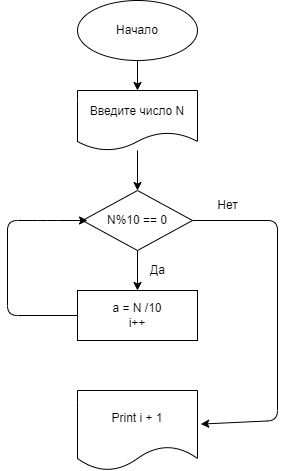
Earlier version of the draw.io export Example_002/diagram.drawio.png (GnezdilovaVO/Seminar3.3). Source tidied: cells renumbered, new cells last; positions are measured from the earlier drawing's top-left corner, leaving out a move shared by most shapes. The source it was exported from:
```xml
<mxGraphModel>
  <root>
    <mxCell id="0" />
    <mxCell id="1" parent="0" />
    <mxCell id="2" style="edgeStyle=none;html=1;" parent="1" edge="1" source="3" target="5">
      <mxGeometry relative="1" as="geometry" />
    </mxCell>
    <mxCell id="3" value="Начало" style="ellipse;whiteSpace=wrap;html=1;" parent="1" vertex="1">
      <mxGeometry x="70" width="120" height="60" as="geometry" />
    </mxCell>
    <mxCell id="4" style="edgeStyle=none;html=1;" parent="1" edge="1" source="5" target="8">
      <mxGeometry relative="1" as="geometry" />
    </mxCell>
    <mxCell id="5" value="Введите число N" style="shape=document;whiteSpace=wrap;html=1;boundedLbl=1;" parent="1" vertex="1">
      <mxGeometry x="70" y="90" width="120" height="60" as="geometry" />
    </mxCell>
    <mxCell id="6" style="edgeStyle=none;html=1;" parent="1" edge="1" source="8" target="10">
      <mxGeometry relative="1" as="geometry" />
    </mxCell>
    <mxCell id="7" style="edgeStyle=none;html=1;entryX=1.027;entryY=0.42;entryDx=0;entryDy=0;entryPerimeter=0;" parent="1" edge="1" source="8" target="12">
      <mxGeometry relative="1" as="geometry">
        <Array as="points">
          <mxPoint x="270" y="220" />
          <mxPoint x="270" y="420" />
        </Array>
      </mxGeometry>
    </mxCell>
    <mxCell id="8" value="N%10 == 0" style="rhombus;whiteSpace=wrap;html=1;" parent="1" vertex="1">
      <mxGeometry x="75" y="190" width="110" height="60" as="geometry" />
    </mxCell>
    <mxCell id="9" style="edgeStyle=none;html=1;" parent="1" edge="1" source="10">
      <mxGeometry relative="1" as="geometry">
        <mxPoint x="80" y="220" as="targetPoint" />
        <Array as="points">
          <mxPoint y="315" />
          <mxPoint y="220" />
          <mxPoint x="40" y="220" />
        </Array>
      </mxGeometry>
    </mxCell>
    <mxCell id="10" value="a = N /10&lt;br&gt;i++" style="rounded=0;whiteSpace=wrap;html=1;" parent="1" vertex="1">
      <mxGeometry x="70" y="290" width="120" height="50" as="geometry" />
    </mxCell>
    <mxCell id="11" value="Да" style="text;html=1;align=center;verticalAlign=middle;strokeColor=none;fillColor=none;" parent="1" vertex="1">
      <mxGeometry x="130" y="255" width="40" height="30" as="geometry" />
    </mxCell>
    <mxCell id="12" value="Print i + 1" style="shape=document;whiteSpace=wrap;html=1;boundedLbl=1;" parent="1" vertex="1">
      <mxGeometry x="70" y="390" width="120" height="80" as="geometry" />
    </mxCell>
    <mxCell id="13" value="Нет" style="text;html=1;align=center;verticalAlign=middle;strokeColor=none;fillColor=none;" parent="1" vertex="1">
      <mxGeometry x="200" y="190" width="40" height="30" as="geometry" />
    </mxCell>
  </root>
</mxGraphModel>
```
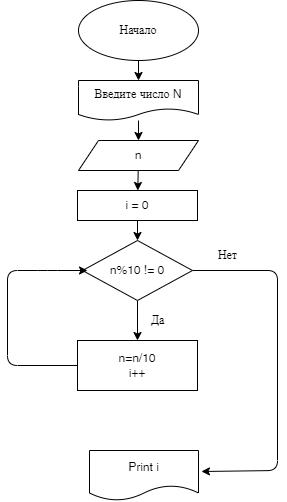
The same diagram one commit later.

Commit message:
Изменил диаграмму и написал код

The edit, as a diff of the source:
```diff
@@ -6,13 +6,13 @@
       <mxGeometry relative="1" as="geometry" />
     </mxCell>
     <mxCell id="3" value="Начало" style="ellipse;whiteSpace=wrap;html=1;" parent="1" vertex="1">
-      <mxGeometry x="70" width="120" height="60" as="geometry" />
+      <mxGeometry x="71" y="-50" width="120" height="60" as="geometry" />
     </mxCell>
-    <mxCell id="4" style="edgeStyle=none;html=1;" parent="1" edge="1" source="5" target="8">
-      <mxGeometry relative="1" as="geometry" />
-    </mxCell>
+    <mxCell id="14" style="edgeStyle=none;html=1;" parent="1" edge="1" source="5" target="18">
+      <mxGeometry relative="1" as="geometry" />
+    </mxCell>
     <mxCell id="5" value="Введите число N" style="shape=document;whiteSpace=wrap;html=1;boundedLbl=1;" parent="1" vertex="1">
-      <mxGeometry x="70" y="90" width="120" height="60" as="geometry" />
+      <mxGeometry x="71" y="30" width="120" height="40" as="geometry" />
     </mxCell>
     <mxCell id="6" style="edgeStyle=none;html=1;" parent="1" edge="1" source="8" target="10">
       <mxGeometry relative="1" as="geometry" />
@@ -25,7 +25,7 @@
         </Array>
       </mxGeometry>
     </mxCell>
-    <mxCell id="8" value="N%10 == 0" style="rhombus;whiteSpace=wrap;html=1;" parent="1" vertex="1">
+    <mxCell id="8" value="n%10 != 0" style="rhombus;whiteSpace=wrap;html=1;" parent="1" vertex="1">
       <mxGeometry x="75" y="190" width="110" height="60" as="geometry" />
     </mxCell>
     <mxCell id="9" style="edgeStyle=none;html=1;" parent="1" edge="1" source="10">
@@ -38,17 +38,29 @@
         </Array>
       </mxGeometry>
     </mxCell>
-    <mxCell id="10" value="a = N /10&lt;br&gt;i++" style="rounded=0;whiteSpace=wrap;html=1;" parent="1" vertex="1">
+    <mxCell id="10" value="n=n/10&lt;br&gt;i++" style="rounded=0;whiteSpace=wrap;html=1;" parent="1" vertex="1">
       <mxGeometry x="70" y="290" width="120" height="50" as="geometry" />
     </mxCell>
     <mxCell id="11" value="Да" style="text;html=1;align=center;verticalAlign=middle;strokeColor=none;fillColor=none;" parent="1" vertex="1">
       <mxGeometry x="130" y="255" width="40" height="30" as="geometry" />
     </mxCell>
-    <mxCell id="12" value="Print i + 1" style="shape=document;whiteSpace=wrap;html=1;boundedLbl=1;" parent="1" vertex="1">
-      <mxGeometry x="70" y="390" width="120" height="80" as="geometry" />
+    <mxCell id="12" value="Print i" style="shape=document;whiteSpace=wrap;html=1;boundedLbl=1;" parent="1" vertex="1">
+      <mxGeometry x="82" y="400" width="109" height="50" as="geometry" />
     </mxCell>
     <mxCell id="13" value="Нет" style="text;html=1;align=center;verticalAlign=middle;strokeColor=none;fillColor=none;" parent="1" vertex="1">
       <mxGeometry x="200" y="190" width="40" height="30" as="geometry" />
     </mxCell>
+    <mxCell id="15" style="edgeStyle=none;html=1;" parent="1" edge="1" source="16" target="8">
+      <mxGeometry relative="1" as="geometry" />
+    </mxCell>
+    <mxCell id="16" value="i = 0" style="rounded=0;whiteSpace=wrap;html=1;" parent="1" vertex="1">
+      <mxGeometry x="70" y="140" width="120" height="30" as="geometry" />
+    </mxCell>
+    <mxCell id="17" style="edgeStyle=none;html=1;" parent="1" edge="1" source="18" target="16">
+      <mxGeometry relative="1" as="geometry" />
+    </mxCell>
+    <mxCell id="18" value="n" style="shape=parallelogram;perimeter=parallelogramPerimeter;whiteSpace=wrap;html=1;fixedSize=1;" parent="1" vertex="1">
+      <mxGeometry x="71" y="90" width="120" height="30" as="geometry" />
+    </mxCell>
   </root>
 </mxGraphModel>
```
